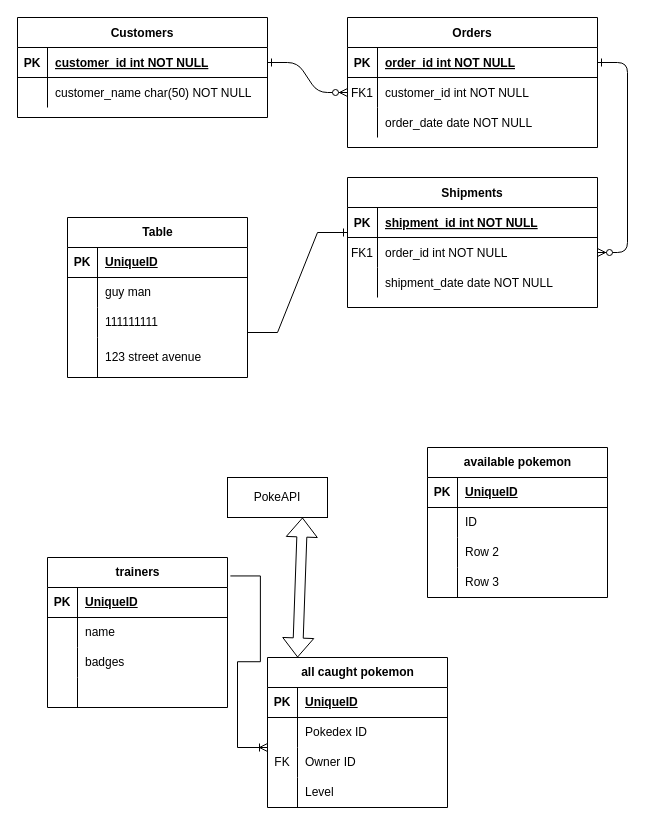
Above: Untitled Diagram.drawio in nathannathan08/54 (draw.io), before the change. Source tidied: cells renumbered, new cells numbered last; positions are measured from the earlier drawing's top-left corner, leaving out a move shared by most shapes. Both pictures are drawn from the tidied source at 100%, with x=0, y=0 at pixel (17, 17).
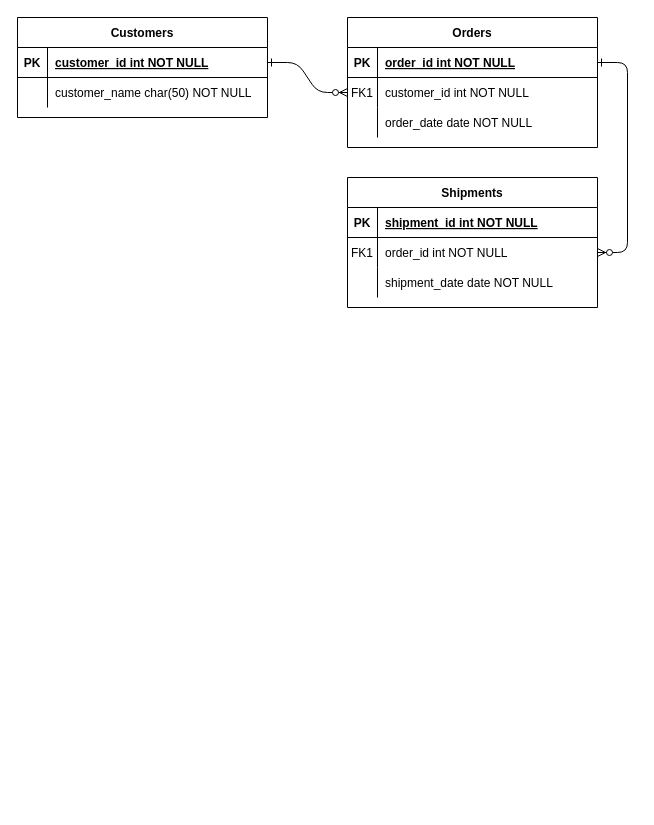
Above is the later version.

Change to the diagram source:
```diff
@@
-    <mxCell id="31" value="Table" style="shape=table;startSize=30;childLayout=tableLayout;rowLines=0;fontStyle=1;align=center;html=1;" parent="1" vertex="1">
-      <mxGeometry x="50" y="200" width="180" height="160" as="geometry" />
-    </mxCell>
-    <mxCell id="32" style="shape=tableRow;horizontal=0;startSize=0;swimlaneHead=0;swimlaneBody=0;fillColor=none;top=0;left=0;right=0;bottom=1;" parent="31" vertex="1">
-      <mxGeometry y="30" width="180" height="30" as="geometry" />
-    </mxCell>
-    <mxCell id="33" value="PK" style="shape=partialRectangle;fillColor=none;top=0;left=0;bottom=0;right=0;fontStyle=1;overflow=hidden;whiteSpace=wrap;html=1;" parent="32" vertex="1">
-      <mxGeometry width="30" height="30" as="geometry" />
-    </mxCell>
-    <mxCell id="34" value="UniqueID" style="shape=partialRectangle;fillColor=none;top=0;left=0;bottom=0;right=0;align=left;spacingLeft=6;fontStyle=5;overflow=hidden;whiteSpace=wrap;html=1;" parent="32" vertex="1">
-      <mxGeometry x="30" width="150" height="30" as="geometry" />
-    </mxCell>
-    <mxCell id="35" style="shape=tableRow;horizontal=0;startSize=0;swimlaneHead=0;swimlaneBody=0;fillColor=none;top=0;left=0;right=0;bottom=0;" parent="31" vertex="1">
-      <mxGeometry y="60" width="180" height="30" as="geometry" />
-    </mxCell>
-    <mxCell id="36" style="shape=partialRectangle;fillColor=none;top=0;left=0;bottom=0;right=0;overflow=hidden;whiteSpace=wrap;html=1;" parent="35" vertex="1">
-      <mxGeometry width="30" height="30" as="geometry" />
-    </mxCell>
-    <mxCell id="37" value="guy man" style="shape=partialRectangle;fillColor=none;top=0;left=0;bottom=0;right=0;align=left;spacingLeft=6;overflow=hidden;whiteSpace=wrap;html=1;" parent="35" vertex="1">
-      <mxGeometry x="30" width="150" height="30" as="geometry" />
-    </mxCell>
-    <mxCell id="38" style="shape=tableRow;horizontal=0;startSize=0;swimlaneHead=0;swimlaneBody=0;fillColor=none;top=0;left=0;right=0;bottom=0;" parent="31" vertex="1">
-      <mxGeometry y="90" width="180" height="30" as="geometry" />
-    </mxCell>
-    <mxCell id="39" style="shape=partialRectangle;fillColor=none;top=0;left=0;bottom=0;right=0;overflow=hidden;whiteSpace=wrap;html=1;" parent="38" vertex="1">
-      <mxGeometry width="30" height="30" as="geometry" />
-    </mxCell>
-    <mxCell id="40" value="111111111" style="shape=partialRectangle;fillColor=none;top=0;left=0;bottom=0;right=0;align=left;spacingLeft=6;overflow=hidden;whiteSpace=wrap;html=1;" parent="38" vertex="1">
-      <mxGeometry x="30" width="150" height="30" as="geometry" />
-    </mxCell>
-    <mxCell id="41" style="shape=tableRow;horizontal=0;startSize=0;swimlaneHead=0;swimlaneBody=0;fillColor=none;top=0;left=0;right=0;bottom=0;" parent="31" vertex="1">
-      <mxGeometry y="120" width="180" height="40" as="geometry" />
-    </mxCell>
-    <mxCell id="42" style="shape=partialRectangle;fillColor=none;top=0;left=0;bottom=0;right=0;overflow=hidden;whiteSpace=wrap;html=1;" parent="41" vertex="1">
-      <mxGeometry width="30" height="40" as="geometry" />
-    </mxCell>
-    <mxCell id="43" value="123 street avenue" style="shape=partialRectangle;fillColor=none;top=0;left=0;bottom=0;right=0;align=left;spacingLeft=6;overflow=hidden;whiteSpace=wrap;html=1;" parent="41" vertex="1">
-      <mxGeometry x="30" width="150" height="40" as="geometry" />
-    </mxCell>
-    <mxCell id="44" style="edgeStyle=entityRelationEdgeStyle;fontSize=12;html=1;endArrow=ERone;endFill=1;rounded=0;" parent="1" edge="1">
-      <mxGeometry relative="1" as="geometry">
-        <mxPoint x="230" y="315" as="sourcePoint" />
-        <mxPoint x="330" y="215" as="targetPoint" />
-      </mxGeometry>
-    </mxCell>
-    <mxCell id="45" value="trainers" style="shape=table;startSize=30;childLayout=tableLayout;rowLines=0;fontStyle=1;align=center;html=1;" parent="1" vertex="1">
-      <mxGeometry x="30" y="540" width="180" height="150" as="geometry" />
-    </mxCell>
-    <mxCell id="46" style="shape=tableRow;horizontal=0;startSize=0;swimlaneHead=0;swimlaneBody=0;fillColor=none;top=0;left=0;right=0;bottom=1;" parent="45" vertex="1">
-      <mxGeometry y="30" width="180" height="30" as="geometry" />
-    </mxCell>
-    <mxCell id="47" value="PK" style="shape=partialRectangle;fillColor=none;top=0;left=0;bottom=0;right=0;fontStyle=1;overflow=hidden;whiteSpace=wrap;html=1;" parent="46" vertex="1">
-      <mxGeometry width="30" height="30" as="geometry" />
-    </mxCell>
-    <mxCell id="48" value="UniqueID" style="shape=partialRectangle;fillColor=none;top=0;left=0;bottom=0;right=0;align=left;spacingLeft=6;fontStyle=5;overflow=hidden;whiteSpace=wrap;html=1;" parent="46" vertex="1">
-      <mxGeometry x="30" width="150" height="30" as="geometry" />
-    </mxCell>
-    <mxCell id="49" style="shape=tableRow;horizontal=0;startSize=0;swimlaneHead=0;swimlaneBody=0;fillColor=none;top=0;left=0;right=0;bottom=0;" parent="45" vertex="1">
-      <mxGeometry y="60" width="180" height="30" as="geometry" />
-    </mxCell>
-    <mxCell id="50" style="shape=partialRectangle;fillColor=none;top=0;left=0;bottom=0;right=0;overflow=hidden;whiteSpace=wrap;html=1;" parent="49" vertex="1">
-      <mxGeometry width="30" height="30" as="geometry" />
-    </mxCell>
-    <mxCell id="51" value="name" style="shape=partialRectangle;fillColor=none;top=0;left=0;bottom=0;right=0;align=left;spacingLeft=6;overflow=hidden;whiteSpace=wrap;html=1;" parent="49" vertex="1">
-      <mxGeometry x="30" width="150" height="30" as="geometry" />
-    </mxCell>
-    <mxCell id="52" style="shape=tableRow;horizontal=0;startSize=0;swimlaneHead=0;swimlaneBody=0;fillColor=none;top=0;left=0;right=0;bottom=0;" parent="45" vertex="1">
-      <mxGeometry y="90" width="180" height="30" as="geometry" />
-    </mxCell>
-    <mxCell id="53" style="shape=partialRectangle;fillColor=none;top=0;left=0;bottom=0;right=0;overflow=hidden;whiteSpace=wrap;html=1;" parent="52" vertex="1">
-      <mxGeometry width="30" height="30" as="geometry" />
-    </mxCell>
-    <mxCell id="54" value="badges" style="shape=partialRectangle;fillColor=none;top=0;left=0;bottom=0;right=0;align=left;spacingLeft=6;overflow=hidden;whiteSpace=wrap;html=1;" parent="52" vertex="1">
-      <mxGeometry x="30" width="150" height="30" as="geometry" />
-    </mxCell>
-    <mxCell id="55" style="shape=tableRow;horizontal=0;startSize=0;swimlaneHead=0;swimlaneBody=0;fillColor=none;top=0;left=0;right=0;bottom=0;" parent="45" vertex="1">
-      <mxGeometry y="120" width="180" height="30" as="geometry" />
-    </mxCell>
-    <mxCell id="56" style="shape=partialRectangle;fillColor=none;top=0;left=0;bottom=0;right=0;overflow=hidden;whiteSpace=wrap;html=1;" parent="55" vertex="1">
-      <mxGeometry width="30" height="30" as="geometry" />
-    </mxCell>
-    <mxCell id="57" style="shape=partialRectangle;fillColor=none;top=0;left=0;bottom=0;right=0;align=left;spacingLeft=6;overflow=hidden;whiteSpace=wrap;html=1;" parent="55" vertex="1">
-      <mxGeometry x="30" width="150" height="30" as="geometry" />
-    </mxCell>
-    <mxCell id="58" value="available pokemon" style="shape=table;startSize=30;childLayout=tableLayout;rowLines=0;fontStyle=1;align=center;html=1;" parent="1" vertex="1">
-      <mxGeometry x="410" y="430" width="180" height="150" as="geometry" />
-    </mxCell>
-    <mxCell id="59" style="shape=tableRow;horizontal=0;startSize=0;swimlaneHead=0;swimlaneBody=0;fillColor=none;top=0;left=0;right=0;bottom=1;" parent="58" vertex="1">
-      <mxGeometry y="30" width="180" height="30" as="geometry" />
-    </mxCell>
-    <mxCell id="60" value="PK" style="shape=partialRectangle;fillColor=none;top=0;left=0;bottom=0;right=0;fontStyle=1;overflow=hidden;whiteSpace=wrap;html=1;" parent="59" vertex="1">
-      <mxGeometry width="30" height="30" as="geometry" />
-    </mxCell>
-    <mxCell id="61" value="UniqueID" style="shape=partialRectangle;fillColor=none;top=0;left=0;bottom=0;right=0;align=left;spacingLeft=6;fontStyle=5;overflow=hidden;whiteSpace=wrap;html=1;" parent="59" vertex="1">
-      <mxGeometry x="30" width="150" height="30" as="geometry" />
-    </mxCell>
-    <mxCell id="62" style="shape=tableRow;horizontal=0;startSize=0;swimlaneHead=0;swimlaneBody=0;fillColor=none;top=0;left=0;right=0;bottom=0;" parent="58" vertex="1">
-      <mxGeometry y="60" width="180" height="30" as="geometry" />
-    </mxCell>
-    <mxCell id="63" style="shape=partialRectangle;fillColor=none;top=0;left=0;bottom=0;right=0;overflow=hidden;whiteSpace=wrap;html=1;" parent="62" vertex="1">
-      <mxGeometry width="30" height="30" as="geometry" />
-    </mxCell>
-    <mxCell id="64" value="ID" style="shape=partialRectangle;fillColor=none;top=0;left=0;bottom=0;right=0;align=left;spacingLeft=6;overflow=hidden;whiteSpace=wrap;html=1;" parent="62" vertex="1">
-      <mxGeometry x="30" width="150" height="30" as="geometry" />
-    </mxCell>
-    <mxCell id="65" style="shape=tableRow;horizontal=0;startSize=0;swimlaneHead=0;swimlaneBody=0;fillColor=none;top=0;left=0;right=0;bottom=0;" parent="58" vertex="1">
-      <mxGeometry y="90" width="180" height="30" as="geometry" />
-    </mxCell>
-    <mxCell id="66" style="shape=partialRectangle;fillColor=none;top=0;left=0;bottom=0;right=0;overflow=hidden;whiteSpace=wrap;html=1;" parent="65" vertex="1">
-      <mxGeometry width="30" height="30" as="geometry" />
-    </mxCell>
-    <mxCell id="67" value="Row 2" style="shape=partialRectangle;fillColor=none;top=0;left=0;bottom=0;right=0;align=left;spacingLeft=6;overflow=hidden;whiteSpace=wrap;html=1;" parent="65" vertex="1">
-      <mxGeometry x="30" width="150" height="30" as="geometry" />
-    </mxCell>
-    <mxCell id="68" style="shape=tableRow;horizontal=0;startSize=0;swimlaneHead=0;swimlaneBody=0;fillColor=none;top=0;left=0;right=0;bottom=0;" parent="58" vertex="1">
-      <mxGeometry y="120" width="180" height="30" as="geometry" />
-    </mxCell>
-    <mxCell id="69" style="shape=partialRectangle;fillColor=none;top=0;left=0;bottom=0;right=0;overflow=hidden;whiteSpace=wrap;html=1;" parent="68" vertex="1">
-      <mxGeometry width="30" height="30" as="geometry" />
-    </mxCell>
-    <mxCell id="70" value="Row 3" style="shape=partialRectangle;fillColor=none;top=0;left=0;bottom=0;right=0;align=left;spacingLeft=6;overflow=hidden;whiteSpace=wrap;html=1;" parent="68" vertex="1">
-      <mxGeometry x="30" width="150" height="30" as="geometry" />
-    </mxCell>
-    <mxCell id="71" value="PokeAPI" style="whiteSpace=wrap;html=1;align=center;" parent="1" vertex="1">
-      <mxGeometry x="210" y="460" width="100" height="40" as="geometry" />
-    </mxCell>
-    <mxCell id="72" value="all caught pokemon" style="shape=table;startSize=30;childLayout=tableLayout;rowLines=0;fontStyle=1;align=center;html=1;" parent="1" vertex="1">
-      <mxGeometry x="250" y="640" width="180" height="150" as="geometry" />
-    </mxCell>
-    <mxCell id="73" style="shape=tableRow;horizontal=0;startSize=0;swimlaneHead=0;swimlaneBody=0;fillColor=none;top=0;left=0;right=0;bottom=1;" parent="72" vertex="1">
-      <mxGeometry y="30" width="180" height="30" as="geometry" />
-    </mxCell>
-    <mxCell id="74" value="PK" style="shape=partialRectangle;fillColor=none;top=0;left=0;bottom=0;right=0;fontStyle=1;overflow=hidden;whiteSpace=wrap;html=1;" parent="73" vertex="1">
-      <mxGeometry width="30" height="30" as="geometry" />
-    </mxCell>
-    <mxCell id="75" value="UniqueID" style="shape=partialRectangle;fillColor=none;top=0;left=0;bottom=0;right=0;align=left;spacingLeft=6;fontStyle=5;overflow=hidden;whiteSpace=wrap;html=1;" parent="73" vertex="1">
-      <mxGeometry x="30" width="150" height="30" as="geometry" />
-    </mxCell>
-    <mxCell id="76" style="shape=tableRow;horizontal=0;startSize=0;swimlaneHead=0;swimlaneBody=0;fillColor=none;top=0;left=0;right=0;bottom=0;" parent="72" vertex="1">
-      <mxGeometry y="60" width="180" height="30" as="geometry" />
-    </mxCell>
-    <mxCell id="77" style="shape=partialRectangle;fillColor=none;top=0;left=0;bottom=0;right=0;overflow=hidden;whiteSpace=wrap;html=1;" parent="76" vertex="1">
-      <mxGeometry width="30" height="30" as="geometry" />
-    </mxCell>
-    <mxCell id="78" value="Pokedex ID" style="shape=partialRectangle;fillColor=none;top=0;left=0;bottom=0;right=0;align=left;spacingLeft=6;overflow=hidden;whiteSpace=wrap;html=1;" parent="76" vertex="1">
-      <mxGeometry x="30" width="150" height="30" as="geometry" />
-    </mxCell>
-    <mxCell id="79" style="shape=tableRow;horizontal=0;startSize=0;swimlaneHead=0;swimlaneBody=0;fillColor=none;top=0;left=0;right=0;bottom=0;" parent="72" vertex="1">
-      <mxGeometry y="90" width="180" height="30" as="geometry" />
-    </mxCell>
-    <mxCell id="80" value="FK" style="shape=partialRectangle;fillColor=none;top=0;left=0;bottom=0;right=0;overflow=hidden;whiteSpace=wrap;html=1;" parent="79" vertex="1">
-      <mxGeometry width="30" height="30" as="geometry" />
-    </mxCell>
-    <mxCell id="81" value="Owner ID" style="shape=partialRectangle;fillColor=none;top=0;left=0;bottom=0;right=0;align=left;spacingLeft=6;overflow=hidden;whiteSpace=wrap;html=1;" parent="79" vertex="1">
-      <mxGeometry x="30" width="150" height="30" as="geometry" />
-    </mxCell>
-    <mxCell id="82" style="shape=tableRow;horizontal=0;startSize=0;swimlaneHead=0;swimlaneBody=0;fillColor=none;top=0;left=0;right=0;bottom=0;" parent="72" vertex="1">
-      <mxGeometry y="120" width="180" height="30" as="geometry" />
-    </mxCell>
-    <mxCell id="83" style="shape=partialRectangle;fillColor=none;top=0;left=0;bottom=0;right=0;overflow=hidden;whiteSpace=wrap;html=1;" parent="82" vertex="1">
-      <mxGeometry width="30" height="30" as="geometry" />
-    </mxCell>
-    <mxCell id="84" value="Level" style="shape=partialRectangle;fillColor=none;top=0;left=0;bottom=0;right=0;align=left;spacingLeft=6;overflow=hidden;whiteSpace=wrap;html=1;" parent="82" vertex="1">
-      <mxGeometry x="30" width="150" height="30" as="geometry" />
-    </mxCell>
-    <mxCell id="85" style="shape=flexArrow;endArrow=classic;startArrow=classic;html=1;rounded=0;entryX=0.75;entryY=1;entryDx=0;entryDy=0;exitX=0.167;exitY=0;exitDx=0;exitDy=0;exitPerimeter=0;" parent="1" edge="1" source="72" target="71">
-      <mxGeometry relative="1" as="geometry" />
-    </mxCell>
-    <mxCell id="86" style="edgeStyle=entityRelationEdgeStyle;fontSize=12;html=1;endArrow=ERoneToMany;rounded=0;exitX=1.016;exitY=0.123;exitDx=0;exitDy=0;exitPerimeter=0;" parent="1" edge="1" source="45">
-      <mxGeometry relative="1" as="geometry">
-        <mxPoint x="250" y="730" as="targetPoint" />
-      </mxGeometry>
-    </mxCell>
```
